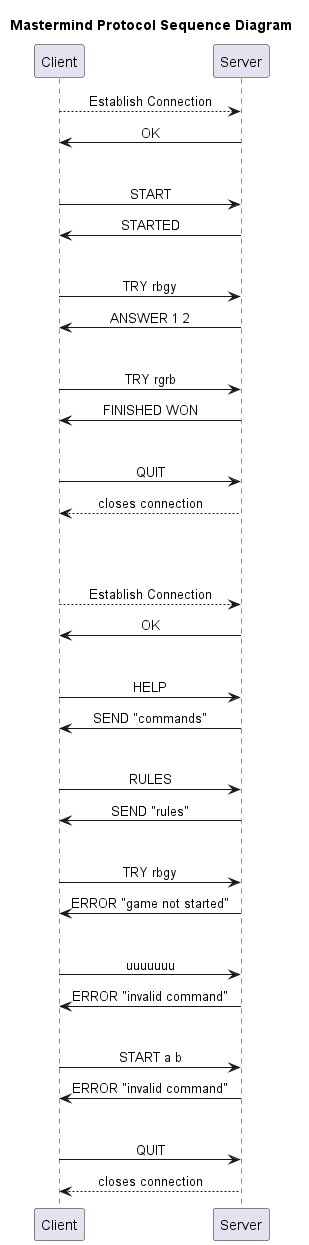
Before: images/diagramSeqProt.png, a diagram exported from PlantUML (sarsurgithub/DAI-PW2-Mastermind).
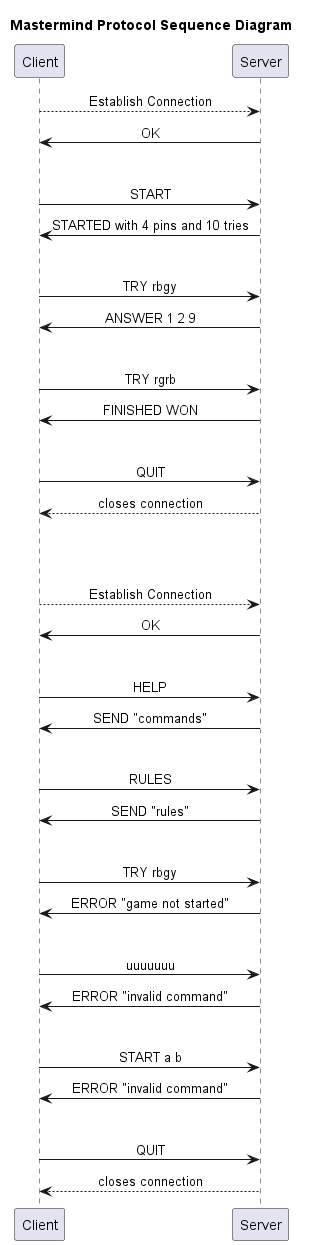
After the change.

Diff of the diagram source:
```diff
@@ -10,12 +10,12 @@
 ||30||
 
 Client -> Server: START
-Client <- Server: STARTED
+Client <- Server: STARTED with 4 pins and 10 tries
 
 ||30||
 
 Client -> Server: TRY rbgy
-Client <- Server: ANSWER 1 2
+Client <- Server: ANSWER 1 2 9
 
 ||30||
 
```
